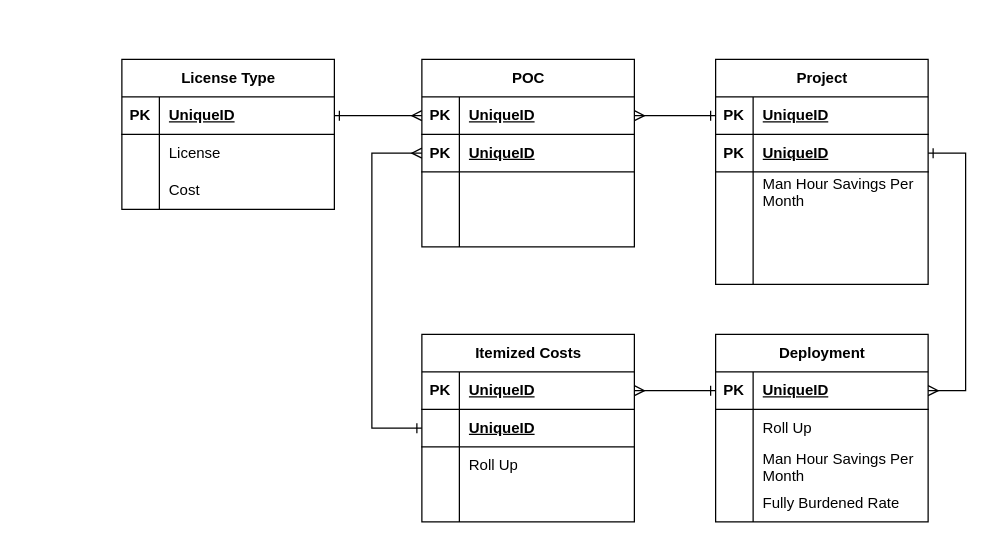
The draw.io diagram page "Option-1a" (1 of 4) of erd-projint-01.drawio in josjreyes/GitInit, before the edit. Source tidied: cells renumbered, new cells numbered last; positions are measured from the earlier drawing's top-left corner, leaving out a move shared by most shapes. Both pictures are drawn from the tidied source at 125%, with x=0, y=0 at pixel (121, 59).
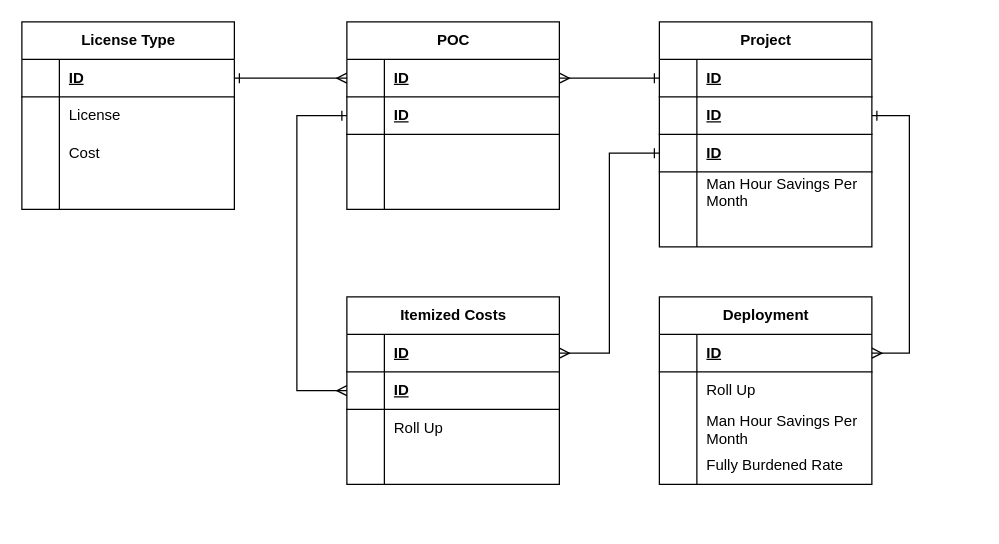
The same page after the edit.

The change refers to these unchanged cells:
```xml
<mxCell id="3" style="shape=tableRow;horizontal=0;startSize=0;swimlaneHead=0;swimlaneBody=0;fillColor=none;points=[[0,0.5],[1,0.5]];portConstraint=eastwest;top=0;left=0;right=0;bottom=1;" parent="2" vertex="1">
  <mxGeometry y="30" width="170" height="30" as="geometry" />
</mxCell>
<mxCell id="6" style="shape=tableRow;horizontal=0;startSize=0;swimlaneHead=0;swimlaneBody=0;fillColor=none;points=[[0,0.5],[1,0.5]];portConstraint=eastwest;top=0;left=0;right=0;bottom=1;" parent="2" vertex="1">
  <mxGeometry y="60" width="170" height="30" as="geometry" />
</mxCell>
<mxCell id="19" style="shape=tableRow;horizontal=0;startSize=0;swimlaneHead=0;swimlaneBody=0;fillColor=none;points=[[0,0.5],[1,0.5]];portConstraint=eastwest;top=0;left=0;right=0;bottom=1;" parent="18" vertex="1">
  <mxGeometry y="30" width="170" height="30" as="geometry" />
</mxCell>
<mxCell id="30" style="shape=tableRow;horizontal=0;startSize=0;swimlaneHead=0;swimlaneBody=0;fillColor=none;points=[[0,0.5],[1,0.5]];portConstraint=eastwest;top=0;left=0;right=0;bottom=1;" parent="29" vertex="1">
  <mxGeometry y="30" width="170" height="30" as="geometry" />
</mxCell>
<mxCell id="43" style="shape=tableRow;horizontal=0;startSize=0;swimlaneHead=0;swimlaneBody=0;fillColor=none;points=[[0,0.5],[1,0.5]];portConstraint=eastwest;top=0;left=0;right=0;bottom=1;" parent="42" vertex="1">
  <mxGeometry y="30" width="170" height="30" as="geometry" />
</mxCell>
<mxCell id="46" style="shape=tableRow;horizontal=0;startSize=0;swimlaneHead=0;swimlaneBody=0;fillColor=none;points=[[0,0.5],[1,0.5]];portConstraint=eastwest;top=0;left=0;right=0;bottom=1;" parent="42" vertex="1">
  <mxGeometry y="60" width="170" height="30" as="geometry" />
</mxCell>
<mxCell id="57" style="shape=tableRow;horizontal=0;startSize=0;swimlaneHead=0;swimlaneBody=0;fillColor=none;points=[[0,0.5],[1,0.5]];portConstraint=eastwest;top=0;left=0;right=0;bottom=1;" parent="56" vertex="1">
  <mxGeometry y="30" width="170" height="30" as="geometry" />
</mxCell>
<mxCell id="60" style="shape=tableRow;horizontal=0;startSize=0;swimlaneHead=0;swimlaneBody=0;fillColor=none;points=[[0,0.5],[1,0.5]];portConstraint=eastwest;top=0;left=0;right=0;bottom=1;" parent="56" vertex="1">
  <mxGeometry y="60" width="170" height="30" as="geometry" />
</mxCell>
```

Diff of the diagram source:
```diff
@@
     <mxCell id="2" value="Project" style="shape=table;startSize=30;childLayout=tableLayout;rowLines=0;fontStyle=1;align=center;html=1;" parent="1" vertex="1">
-      <mxGeometry x="475" width="170" height="180" as="geometry" />
+      <mxGeometry x="430" y="-30" width="170" height="180" as="geometry" />
     </mxCell>
@@
-    <mxCell id="4" value="PK" style="shape=partialRectangle;fillColor=none;top=0;left=0;bottom=0;right=0;fontStyle=1;overflow=hidden;whiteSpace=wrap;html=1;" parent="3" vertex="1">
+    <mxCell id="4" style="shape=partialRectangle;fillColor=none;top=0;left=0;bottom=0;right=0;fontStyle=1;overflow=hidden;whiteSpace=wrap;html=1;" parent="3" vertex="1">
       <mxGeometry width="30" height="30" as="geometry" />
     </mxCell>
-    <mxCell id="5" value="UniqueID" style="shape=partialRectangle;fillColor=none;top=0;left=0;bottom=0;right=0;align=left;spacingLeft=6;fontStyle=5;overflow=hidden;whiteSpace=wrap;html=1;" parent="3" vertex="1">
+    <mxCell id="5" value="ID" style="shape=partialRectangle;fillColor=none;top=0;left=0;bottom=0;right=0;align=left;spacingLeft=6;fontStyle=5;overflow=hidden;whiteSpace=wrap;html=1;" parent="3" vertex="1">
       <mxGeometry x="30" width="140" height="30" as="geometry" />
     </mxCell>
@@
-    <mxCell id="7" value="PK" style="shape=partialRectangle;fillColor=none;top=0;left=0;bottom=0;right=0;fontStyle=1;overflow=hidden;whiteSpace=wrap;html=1;" parent="6" vertex="1">
+    <mxCell id="7" style="shape=partialRectangle;fillColor=none;top=0;left=0;bottom=0;right=0;fontStyle=1;overflow=hidden;whiteSpace=wrap;html=1;" parent="6" vertex="1">
       <mxGeometry width="30" height="30" as="geometry" />
     </mxCell>
-    <mxCell id="8" value="UniqueID" style="shape=partialRectangle;fillColor=none;top=0;left=0;bottom=0;right=0;align=left;spacingLeft=6;fontStyle=5;overflow=hidden;whiteSpace=wrap;html=1;" parent="6" vertex="1">
+    <mxCell id="8" value="ID" style="shape=partialRectangle;fillColor=none;top=0;left=0;bottom=0;right=0;align=left;spacingLeft=6;fontStyle=5;overflow=hidden;whiteSpace=wrap;html=1;" parent="6" vertex="1">
       <mxGeometry x="30" width="140" height="30" as="geometry" />
     </mxCell>
+    <mxCell id="72" style="shape=tableRow;horizontal=0;startSize=0;swimlaneHead=0;swimlaneBody=0;fillColor=none;points=[[0,0.5],[1,0.5]];portConstraint=eastwest;top=0;left=0;right=0;bottom=1;" parent="2" vertex="1">
+      <mxGeometry y="90" width="170" height="30" as="geometry" />
+    </mxCell>
+    <mxCell id="73" style="shape=partialRectangle;fillColor=none;top=0;left=0;bottom=0;right=0;fontStyle=1;overflow=hidden;whiteSpace=wrap;html=1;" parent="72" vertex="1">
+      <mxGeometry width="30" height="30" as="geometry" />
+    </mxCell>
+    <mxCell id="74" value="ID" style="shape=partialRectangle;fillColor=none;top=0;left=0;bottom=0;right=0;align=left;spacingLeft=6;fontStyle=5;overflow=hidden;whiteSpace=wrap;html=1;" parent="72" vertex="1">
+      <mxGeometry x="30" width="140" height="30" as="geometry" />
+    </mxCell>
     <mxCell id="9" style="shape=tableRow;horizontal=0;startSize=0;swimlaneHead=0;swimlaneBody=0;fillColor=none;top=0;left=0;right=0;bottom=0;" parent="2" vertex="1">
-      <mxGeometry y="90" width="170" height="30" as="geometry" />
+      <mxGeometry y="120" width="170" height="30" as="geometry" />
     </mxCell>
@@
     <mxCell id="12" style="shape=tableRow;horizontal=0;startSize=0;swimlaneHead=0;swimlaneBody=0;fillColor=none;top=0;left=0;right=0;bottom=0;" parent="2" vertex="1">
-      <mxGeometry y="120" width="170" height="30" as="geometry" />
+      <mxGeometry y="150" width="170" height="30" as="geometry" />
     </mxCell>
@@
-    <mxCell id="15" style="shape=tableRow;horizontal=0;startSize=0;swimlaneHead=0;swimlaneBody=0;fillColor=none;top=0;left=0;right=0;bottom=0;" parent="2" vertex="1">
-      <mxGeometry y="150" width="170" height="30" as="geometry" />
-    </mxCell>
-    <mxCell id="16" style="shape=partialRectangle;fillColor=none;top=0;left=0;bottom=0;right=0;overflow=hidden;whiteSpace=wrap;html=1;" parent="15" vertex="1">
-      <mxGeometry width="30" height="30" as="geometry" />
-    </mxCell>
-    <mxCell id="17" style="shape=partialRectangle;fillColor=none;top=0;left=0;bottom=0;right=0;align=left;spacingLeft=6;overflow=hidden;whiteSpace=wrap;html=1;" parent="15" vertex="1">
-      <mxGeometry x="30" width="140" height="30" as="geometry" />
-    </mxCell>
     <mxCell id="18" value="License Type" style="shape=table;startSize=30;childLayout=tableLayout;rowLines=0;fontStyle=1;align=center;html=1;" parent="1" vertex="1">
-      <mxGeometry width="170" height="120" as="geometry" />
+      <mxGeometry x="-80" y="-30" width="170" height="150" as="geometry" />
     </mxCell>
@@
-    <mxCell id="20" value="PK" style="shape=partialRectangle;fillColor=none;top=0;left=0;bottom=0;right=0;fontStyle=1;overflow=hidden;whiteSpace=wrap;html=1;" parent="19" vertex="1">
+    <mxCell id="20" style="shape=partialRectangle;fillColor=none;top=0;left=0;bottom=0;right=0;fontStyle=1;overflow=hidden;whiteSpace=wrap;html=1;" parent="19" vertex="1">
       <mxGeometry width="30" height="30" as="geometry" />
     </mxCell>
-    <mxCell id="21" value="UniqueID" style="shape=partialRectangle;fillColor=none;top=0;left=0;bottom=0;right=0;align=left;spacingLeft=6;fontStyle=5;overflow=hidden;whiteSpace=wrap;html=1;" parent="19" vertex="1">
+    <mxCell id="21" value="ID" style="shape=partialRectangle;fillColor=none;top=0;left=0;bottom=0;right=0;align=left;spacingLeft=6;fontStyle=5;overflow=hidden;whiteSpace=wrap;html=1;" parent="19" vertex="1">
       <mxGeometry x="30" width="140" height="30" as="geometry" />
     </mxCell>
@@
+    <mxCell id="75" style="shape=tableRow;horizontal=0;startSize=0;swimlaneHead=0;swimlaneBody=0;fillColor=none;top=0;left=0;right=0;bottom=0;" parent="18" vertex="1">
+      <mxGeometry y="120" width="170" height="30" as="geometry" />
+    </mxCell>
+    <mxCell id="16" style="shape=partialRectangle;fillColor=none;top=0;left=0;bottom=0;right=0;overflow=hidden;whiteSpace=wrap;html=1;" parent="75" vertex="1">
+      <mxGeometry width="30" height="30" as="geometry" />
+    </mxCell>
+    <mxCell id="17" style="shape=partialRectangle;fillColor=none;top=0;left=0;bottom=0;right=0;align=left;spacingLeft=6;overflow=hidden;whiteSpace=wrap;html=1;" parent="75" vertex="1">
+      <mxGeometry x="30" width="140" height="30" as="geometry" />
+    </mxCell>
     <mxCell id="28" style="edgeStyle=entityRelationEdgeStyle;fontSize=12;html=1;endArrow=ERmany;startArrow=ERone;rounded=0;exitX=1;exitY=0.5;exitDx=0;exitDy=0;startFill=0;entryX=0;entryY=0.5;entryDx=0;entryDy=0;endFill=0;" parent="1" edge="1" source="19" target="43">
       <mxGeometry relative="1" as="geometry">
         <Array as="points">
-          <mxPoint x="224.9" y="490" />
-          <mxPoint x="214.9" y="490" />
+          <mxPoint x="144.9" y="460" />
+          <mxPoint x="134.9" y="460" />
         </Array>
       </mxGeometry>
     </mxCell>
     <mxCell id="29" value="Deployment" style="shape=table;startSize=30;childLayout=tableLayout;rowLines=0;fontStyle=1;align=center;html=1;" parent="1" vertex="1">
-      <mxGeometry x="475" y="220" width="170" height="150" as="geometry" />
+      <mxGeometry x="430" y="190" width="170" height="150" as="geometry" />
     </mxCell>
@@
-    <mxCell id="31" value="PK" style="shape=partialRectangle;fillColor=none;top=0;left=0;bottom=0;right=0;fontStyle=1;overflow=hidden;whiteSpace=wrap;html=1;" parent="30" vertex="1">
+    <mxCell id="31" style="shape=partialRectangle;fillColor=none;top=0;left=0;bottom=0;right=0;fontStyle=1;overflow=hidden;whiteSpace=wrap;html=1;" parent="30" vertex="1">
       <mxGeometry width="30" height="30" as="geometry" />
     </mxCell>
-    <mxCell id="32" value="UniqueID" style="shape=partialRectangle;fillColor=none;top=0;left=0;bottom=0;right=0;align=left;spacingLeft=6;fontStyle=5;overflow=hidden;whiteSpace=wrap;html=1;" parent="30" vertex="1">
+    <mxCell id="32" value="ID" style="shape=partialRectangle;fillColor=none;top=0;left=0;bottom=0;right=0;align=left;spacingLeft=6;fontStyle=5;overflow=hidden;whiteSpace=wrap;html=1;" parent="30" vertex="1">
       <mxGeometry x="30" width="140" height="30" as="geometry" />
     </mxCell>
@@
     <mxCell id="42" value="POC" style="shape=table;startSize=30;childLayout=tableLayout;rowLines=0;fontStyle=1;align=center;html=1;" parent="1" vertex="1">
-      <mxGeometry x="240" width="170" height="150" as="geometry" />
+      <mxGeometry x="180" y="-30" width="170" height="150" as="geometry" />
     </mxCell>
@@
-    <mxCell id="44" value="PK" style="shape=partialRectangle;fillColor=none;top=0;left=0;bottom=0;right=0;fontStyle=1;overflow=hidden;whiteSpace=wrap;html=1;" parent="43" vertex="1">
+    <mxCell id="44" style="shape=partialRectangle;fillColor=none;top=0;left=0;bottom=0;right=0;fontStyle=1;overflow=hidden;whiteSpace=wrap;html=1;" parent="43" vertex="1">
       <mxGeometry width="30" height="30" as="geometry" />
     </mxCell>
-    <mxCell id="45" value="UniqueID" style="shape=partialRectangle;fillColor=none;top=0;left=0;bottom=0;right=0;align=left;spacingLeft=6;fontStyle=5;overflow=hidden;whiteSpace=wrap;html=1;" parent="43" vertex="1">
+    <mxCell id="45" value="ID" style="shape=partialRectangle;fillColor=none;top=0;left=0;bottom=0;right=0;align=left;spacingLeft=6;fontStyle=5;overflow=hidden;whiteSpace=wrap;html=1;" parent="43" vertex="1">
       <mxGeometry x="30" width="140" height="30" as="geometry" />
     </mxCell>
@@
-    <mxCell id="47" value="PK" style="shape=partialRectangle;fillColor=none;top=0;left=0;bottom=0;right=0;fontStyle=1;overflow=hidden;whiteSpace=wrap;html=1;" parent="46" vertex="1">
+    <mxCell id="47" style="shape=partialRectangle;fillColor=none;top=0;left=0;bottom=0;right=0;fontStyle=1;overflow=hidden;whiteSpace=wrap;html=1;" parent="46" vertex="1">
       <mxGeometry width="30" height="30" as="geometry" />
     </mxCell>
-    <mxCell id="48" value="UniqueID" style="shape=partialRectangle;fillColor=none;top=0;left=0;bottom=0;right=0;align=left;spacingLeft=6;fontStyle=5;overflow=hidden;whiteSpace=wrap;html=1;" parent="46" vertex="1">
+    <mxCell id="48" value="ID" style="shape=partialRectangle;fillColor=none;top=0;left=0;bottom=0;right=0;align=left;spacingLeft=6;fontStyle=5;overflow=hidden;whiteSpace=wrap;html=1;" parent="46" vertex="1">
       <mxGeometry x="30" width="140" height="30" as="geometry" />
     </mxCell>
@@
     <mxCell id="55" style="edgeStyle=entityRelationEdgeStyle;fontSize=12;html=1;endArrow=ERone;startArrow=ERmany;rounded=0;entryX=1;entryY=0.5;entryDx=0;entryDy=0;startFill=0;endFill=0;" parent="1" edge="1" source="30" target="6">
       <mxGeometry relative="1" as="geometry">
         <Array as="points">
-          <mxPoint x="584.9" y="775" />
-          <mxPoint x="335" y="270" />
-          <mxPoint x="574.9" y="775" />
+          <mxPoint x="504.9" y="745" />
+          <mxPoint x="255" y="240" />
+          <mxPoint x="494.9" y="745" />
         </Array>
       </mxGeometry>
     </mxCell>
     <mxCell id="56" value="Itemized Costs" style="shape=table;startSize=30;childLayout=tableLayout;rowLines=0;fontStyle=1;align=center;html=1;" parent="1" vertex="1">
-      <mxGeometry x="240" y="220" width="170" height="150" as="geometry" />
+      <mxGeometry x="180" y="190" width="170" height="150" as="geometry" />
     </mxCell>
@@
-    <mxCell id="58" value="PK" style="shape=partialRectangle;fillColor=none;top=0;left=0;bottom=0;right=0;fontStyle=1;overflow=hidden;whiteSpace=wrap;html=1;" parent="57" vertex="1">
+    <mxCell id="58" style="shape=partialRectangle;fillColor=none;top=0;left=0;bottom=0;right=0;fontStyle=1;overflow=hidden;whiteSpace=wrap;html=1;" parent="57" vertex="1">
       <mxGeometry width="30" height="30" as="geometry" />
     </mxCell>
-    <mxCell id="59" value="UniqueID" style="shape=partialRectangle;fillColor=none;top=0;left=0;bottom=0;right=0;align=left;spacingLeft=6;fontStyle=5;overflow=hidden;whiteSpace=wrap;html=1;" parent="57" vertex="1">
+    <mxCell id="59" value="ID" style="shape=partialRectangle;fillColor=none;top=0;left=0;bottom=0;right=0;align=left;spacingLeft=6;fontStyle=5;overflow=hidden;whiteSpace=wrap;html=1;" parent="57" vertex="1">
       <mxGeometry x="30" width="140" height="30" as="geometry" />
     </mxCell>
@@
-    <mxCell id="62" value="UniqueID" style="shape=partialRectangle;fillColor=none;top=0;left=0;bottom=0;right=0;align=left;spacingLeft=6;fontStyle=5;overflow=hidden;whiteSpace=wrap;html=1;" parent="60" vertex="1">
+    <mxCell id="62" value="ID" style="shape=partialRectangle;fillColor=none;top=0;left=0;bottom=0;right=0;align=left;spacingLeft=6;fontStyle=5;overflow=hidden;whiteSpace=wrap;html=1;" parent="60" vertex="1">
       <mxGeometry x="30" width="140" height="30" as="geometry" />
     </mxCell>
@@
-    <mxCell id="69" style="edgeStyle=orthogonalEdgeStyle;rounded=0;jettySize=auto;html=1;exitX=1;exitY=0.5;exitDx=0;exitDy=0;entryX=0;entryY=0.5;entryDx=0;entryDy=0;endArrow=ERone;endFill=0;startArrow=ERmany;startFill=0;" parent="1" edge="1" source="57" target="30">
+    <mxCell id="69" style="edgeStyle=orthogonalEdgeStyle;rounded=0;jettySize=auto;html=1;exitX=1;exitY=0.5;exitDx=0;exitDy=0;entryX=0;entryY=0.5;entryDx=0;entryDy=0;endArrow=ERone;endFill=0;startArrow=ERmany;startFill=0;" parent="1" edge="1" source="57" target="72">
       <mxGeometry relative="1" as="geometry" />
     </mxCell>
-    <mxCell id="70" style="edgeStyle=orthogonalEdgeStyle;rounded=0;jettySize=auto;html=1;exitX=0;exitY=0.5;exitDx=0;exitDy=0;entryX=0;entryY=0.5;entryDx=0;entryDy=0;endArrow=ERone;endFill=0;startArrow=ERmany;startFill=0;" parent="1" edge="1" source="46" target="60">
+    <mxCell id="70" style="edgeStyle=orthogonalEdgeStyle;rounded=0;jettySize=auto;html=1;exitX=0;exitY=0.5;exitDx=0;exitDy=0;entryX=0;entryY=0.5;entryDx=0;entryDy=0;endArrow=ERmany;endFill=0;startArrow=ERone;startFill=0;" parent="1" edge="1" source="46" target="60">
       <mxGeometry relative="1" as="geometry">
         <Array as="points">
-          <mxPoint x="200" y="75" />
-          <mxPoint x="200" y="295" />
+          <mxPoint x="140" y="45" />
+          <mxPoint x="140" y="265" />
         </Array>
       </mxGeometry>
     </mxCell>
```
